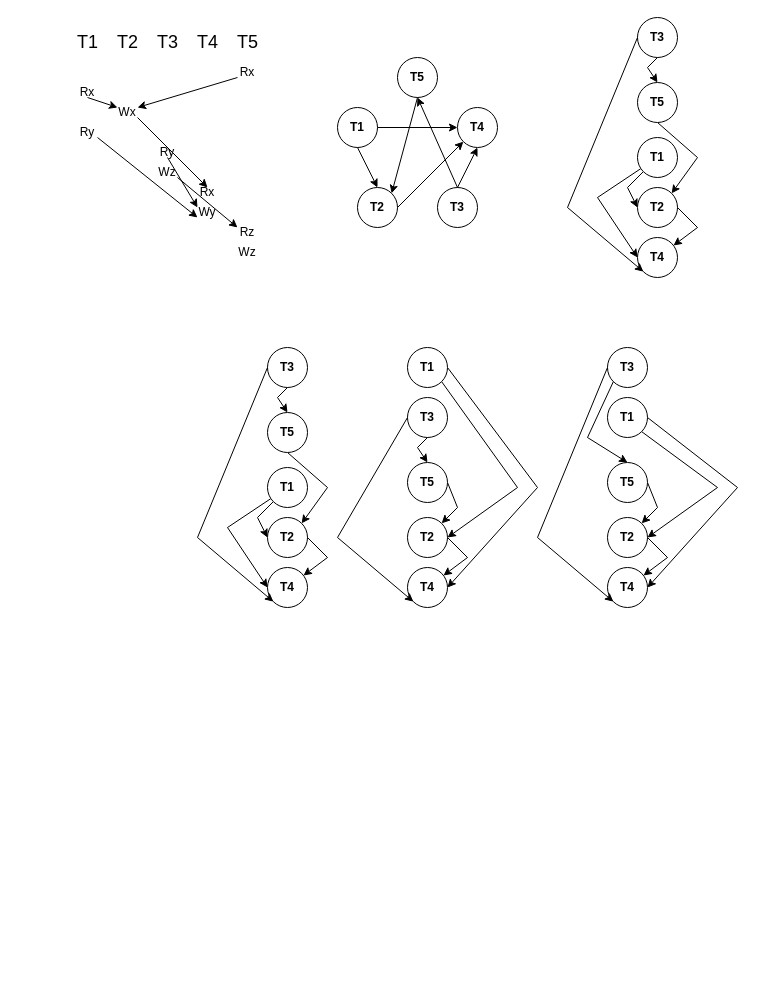
This is Homework6_Janis/serial_graph.drawio from us-ja/Data_Management, a draw.io file, before an edit. Source tidied: cells renumbered, new cells numbered last; positions are measured from the earlier drawing's top-left corner, leaving out a move shared by most shapes. Both pictures are drawn from the tidied source at 100%, with x=0, y=0 at pixel (17, 17).
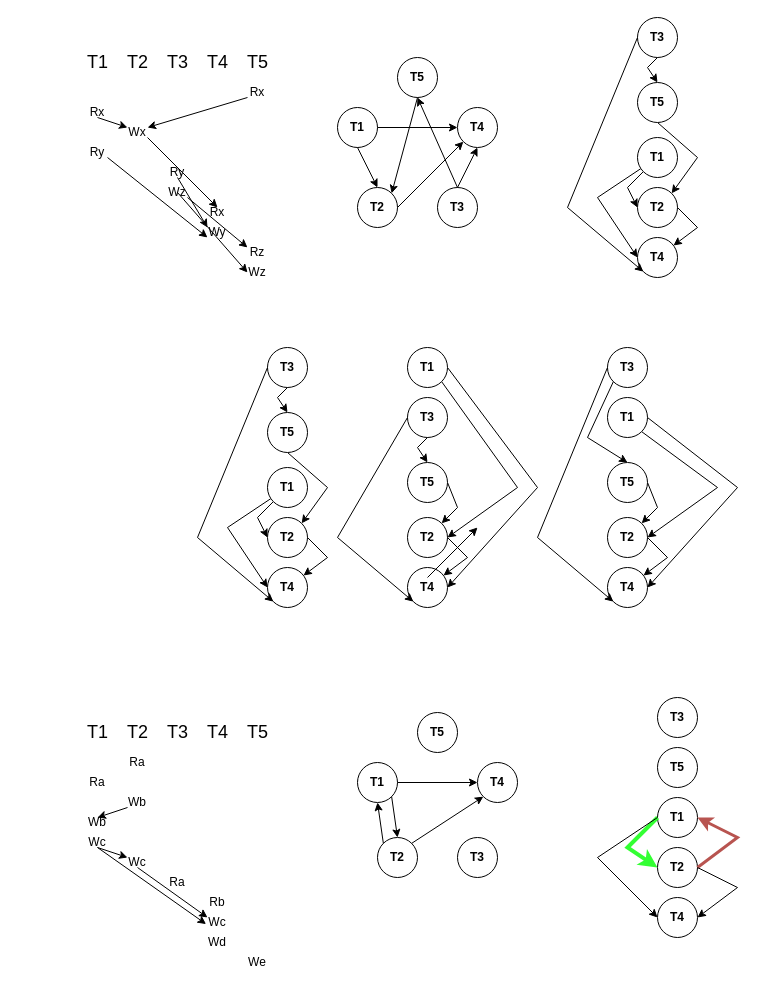
The same diagram, later.

Change to the diagram source:
```diff
@@
     <mxCell id="3" value="&lt;font style=&quot;font-size: 18px;&quot;&gt;T1&lt;span style=&quot;white-space: pre;&quot;&gt;&#9;&lt;/span&gt;T2&lt;span style=&quot;white-space: pre;&quot;&gt;&#9;&lt;/span&gt;T3&lt;span style=&quot;white-space: pre;&quot;&gt;&#9;&lt;/span&gt;T4&lt;span style=&quot;white-space: pre;&quot;&gt;&#9;&lt;/span&gt;T5&lt;span style=&quot;white-space: pre;&quot;&gt;&#9;&lt;/span&gt;&lt;/font&gt;" style="text;html=1;align=center;verticalAlign=middle;whiteSpace=wrap;rounded=0;" parent="1" vertex="1">
-      <mxGeometry y="10" width="320" height="30" as="geometry" />
+      <mxGeometry x="10" y="700" width="320" height="30" as="geometry" />
     </mxCell>
-    <mxCell id="4" value="Rx" style="text;html=1;align=center;verticalAlign=middle;whiteSpace=wrap;rounded=0;perimeterSpacing=0;fillColor=none;" parent="1" vertex="1">
-      <mxGeometry x="200" y="40" width="60" height="30" as="geometry" />
+    <mxCell id="4" value="Ra" style="text;html=1;align=center;verticalAlign=middle;whiteSpace=wrap;rounded=0;perimeterSpacing=0;fillColor=none;" parent="1" vertex="1">
+      <mxGeometry x="90" y="730" width="60" height="30" as="geometry" />
     </mxCell>
-    <mxCell id="5" value="Rx" style="text;html=1;align=center;verticalAlign=middle;whiteSpace=wrap;rounded=0;perimeterSpacing=0;fillColor=none;" parent="1" vertex="1">
-      <mxGeometry x="40" y="60" width="60" height="30" as="geometry" />
+    <mxCell id="5" value="Ra" style="text;html=1;align=center;verticalAlign=middle;whiteSpace=wrap;rounded=0;perimeterSpacing=0;fillColor=none;" parent="1" vertex="1">
+      <mxGeometry x="50" y="750" width="60" height="30" as="geometry" />
     </mxCell>
-    <mxCell id="6" value="Wx" style="text;html=1;align=center;verticalAlign=middle;whiteSpace=wrap;rounded=0;perimeterSpacing=0;fillColor=none;" parent="1" vertex="1">
-      <mxGeometry x="80" y="80" width="60" height="30" as="geometry" />
+    <mxCell id="6" value="Wb" style="text;html=1;align=center;verticalAlign=middle;whiteSpace=wrap;rounded=0;perimeterSpacing=0;fillColor=none;" parent="1" vertex="1">
+      <mxGeometry x="90" y="770" width="60" height="30" as="geometry" />
     </mxCell>
-    <mxCell id="7" value="Ry" style="text;html=1;align=center;verticalAlign=middle;whiteSpace=wrap;rounded=0;perimeterSpacing=0;fillColor=none;" parent="1" vertex="1">
-      <mxGeometry x="40" y="100" width="60" height="30" as="geometry" />
+    <mxCell id="7" value="Wb" style="text;html=1;align=center;verticalAlign=middle;whiteSpace=wrap;rounded=0;perimeterSpacing=0;fillColor=none;" parent="1" vertex="1">
+      <mxGeometry x="50" y="790" width="60" height="30" as="geometry" />
     </mxCell>
-    <mxCell id="8" value="Ry" style="text;html=1;align=center;verticalAlign=middle;whiteSpace=wrap;rounded=0;perimeterSpacing=0;fillColor=none;" parent="1" vertex="1">
-      <mxGeometry x="120" y="120" width="60" height="30" as="geometry" />
+    <mxCell id="8" value="Wc" style="text;html=1;align=center;verticalAlign=middle;whiteSpace=wrap;rounded=0;perimeterSpacing=0;fillColor=none;" parent="1" vertex="1">
+      <mxGeometry x="50" y="810" width="60" height="30" as="geometry" />
     </mxCell>
-    <mxCell id="9" value="Wz" style="text;html=1;align=center;verticalAlign=middle;whiteSpace=wrap;rounded=0;perimeterSpacing=0;fillColor=none;" parent="1" vertex="1">
-      <mxGeometry x="120" y="140" width="60" height="30" as="geometry" />
+    <mxCell id="9" value="Wc" style="text;html=1;align=center;verticalAlign=middle;whiteSpace=wrap;rounded=0;perimeterSpacing=0;fillColor=none;" parent="1" vertex="1">
+      <mxGeometry x="90" y="830" width="60" height="30" as="geometry" />
     </mxCell>
-    <mxCell id="10" value="Rx" style="text;html=1;align=center;verticalAlign=middle;whiteSpace=wrap;rounded=0;perimeterSpacing=0;fillColor=none;" parent="1" vertex="1">
-      <mxGeometry x="160" y="160" width="60" height="30" as="geometry" />
+    <mxCell id="10" value="Ra" style="text;html=1;align=center;verticalAlign=middle;whiteSpace=wrap;rounded=0;perimeterSpacing=0;fillColor=none;" parent="1" vertex="1">
+      <mxGeometry x="130" y="850" width="60" height="30" as="geometry" />
     </mxCell>
-    <mxCell id="11" value="Wy" style="text;html=1;align=center;verticalAlign=middle;whiteSpace=wrap;rounded=0;perimeterSpacing=0;fillColor=none;" parent="1" vertex="1">
-      <mxGeometry x="160" y="180" width="60" height="30" as="geometry" />
+    <mxCell id="11" value="Rb" style="text;html=1;align=center;verticalAlign=middle;whiteSpace=wrap;rounded=0;perimeterSpacing=0;fillColor=none;" parent="1" vertex="1">
+      <mxGeometry x="170" y="870" width="60" height="30" as="geometry" />
     </mxCell>
-    <mxCell id="12" value="Rz" style="text;html=1;align=center;verticalAlign=middle;whiteSpace=wrap;rounded=0;perimeterSpacing=0;fillColor=none;" parent="1" vertex="1">
-      <mxGeometry x="200" y="200" width="60" height="30" as="geometry" />
+    <mxCell id="12" value="Wc" style="text;html=1;align=center;verticalAlign=middle;whiteSpace=wrap;rounded=0;perimeterSpacing=0;fillColor=none;" parent="1" vertex="1">
+      <mxGeometry x="170" y="890" width="60" height="30" as="geometry" />
     </mxCell>
-    <mxCell id="13" value="Wz" style="text;html=1;align=center;verticalAlign=middle;whiteSpace=wrap;rounded=0;perimeterSpacing=0;fillColor=none;" parent="1" vertex="1">
-      <mxGeometry x="200" y="220" width="60" height="30" as="geometry" />
+    <mxCell id="13" value="Wd" style="text;html=1;align=center;verticalAlign=middle;whiteSpace=wrap;rounded=0;perimeterSpacing=0;fillColor=none;" parent="1" vertex="1">
+      <mxGeometry x="170" y="910" width="60" height="30" as="geometry" />
     </mxCell>
-    <mxCell id="14" style="endArrow=classic;html=1;rounded=0;entryX=0.333;entryY=0.333;entryDx=0;entryDy=0;entryPerimeter=0;" parent="1" edge="1" target="6">
-      <mxGeometry relative="1" as="geometry">
-        <mxPoint x="70" y="80" as="sourcePoint" />
-      </mxGeometry>
-    </mxCell>
-    <mxCell id="15" style="endArrow=classic;html=1;rounded=0;entryX=0.667;entryY=0.333;entryDx=0;entryDy=0;entryPerimeter=0;exitX=0.333;exitY=0.667;exitDx=0;exitDy=0;exitPerimeter=0;" parent="1" edge="1" source="4" target="6">
-      <mxGeometry relative="1" as="geometry" />
-    </mxCell>
-    <mxCell id="16" style="endArrow=classic;html=1;rounded=0;" parent="1" edge="1">
-      <mxGeometry relative="1" as="geometry">
-        <mxPoint x="120" y="100" as="sourcePoint" />
-        <mxPoint x="190" y="170" as="targetPoint" />
-      </mxGeometry>
-    </mxCell>
-    <mxCell id="17" style="endArrow=classic;html=1;rounded=0;exitX=0;exitY=0;exitDx=0;exitDy=0;entryX=0.333;entryY=0.333;entryDx=0;entryDy=0;entryPerimeter=0;" parent="1" edge="1" source="10" target="12">
-      <mxGeometry relative="1" as="geometry" />
-    </mxCell>
-    <mxCell id="18" style="endArrow=classic;html=1;rounded=0;exitX=0.667;exitY=0.667;exitDx=0;exitDy=0;exitPerimeter=0;endSize=6;entryX=0.333;entryY=0.667;entryDx=0;entryDy=0;entryPerimeter=0;" parent="1" edge="1" source="7" target="11">
-      <mxGeometry relative="1" as="geometry" />
-    </mxCell>
-    <mxCell id="19" style="endArrow=classic;html=1;rounded=0;" parent="1" edge="1">
-      <mxGeometry relative="1" as="geometry">
-        <mxPoint x="150" y="140" as="sourcePoint" />
-        <mxPoint x="180" y="190" as="targetPoint" />
-      </mxGeometry>
-    </mxCell>
@@
+    <mxCell id="74" value="&lt;b&gt;T4&lt;/b&gt;" style="ellipse;whiteSpace=wrap;html=1;" parent="1" vertex="1">
+      <mxGeometry x="460" y="745" width="40" height="40" as="geometry" />
+    </mxCell>
+    <mxCell id="75" value="&lt;font style=&quot;font-size: 18px;&quot;&gt;T1&lt;span style=&quot;white-space: pre;&quot;&gt;&#9;&lt;/span&gt;T2&lt;span style=&quot;white-space: pre;&quot;&gt;&#9;&lt;/span&gt;T3&lt;span style=&quot;white-space: pre;&quot;&gt;&#9;&lt;/span&gt;T4&lt;span style=&quot;white-space: pre;&quot;&gt;&#9;&lt;/span&gt;T5&lt;span style=&quot;white-space: pre;&quot;&gt;&#9;&lt;/span&gt;&lt;/font&gt;" style="text;html=1;align=center;verticalAlign=middle;whiteSpace=wrap;rounded=0;" parent="1" vertex="1">
+      <mxGeometry x="10" y="30" width="320" height="30" as="geometry" />
+    </mxCell>
+    <mxCell id="76" value="Rx" style="text;html=1;align=center;verticalAlign=middle;whiteSpace=wrap;rounded=0;perimeterSpacing=0;fillColor=none;" parent="1" vertex="1">
+      <mxGeometry x="210" y="60" width="60" height="30" as="geometry" />
+    </mxCell>
+    <mxCell id="77" value="Rx" style="text;html=1;align=center;verticalAlign=middle;whiteSpace=wrap;rounded=0;perimeterSpacing=0;fillColor=none;" parent="1" vertex="1">
+      <mxGeometry x="50" y="80" width="60" height="30" as="geometry" />
+    </mxCell>
+    <mxCell id="78" value="Wx" style="text;html=1;align=center;verticalAlign=middle;whiteSpace=wrap;rounded=0;perimeterSpacing=0;fillColor=none;" parent="1" vertex="1">
+      <mxGeometry x="90" y="100" width="60" height="30" as="geometry" />
+    </mxCell>
+    <mxCell id="79" value="Ry" style="text;html=1;align=center;verticalAlign=middle;whiteSpace=wrap;rounded=0;perimeterSpacing=0;fillColor=none;" parent="1" vertex="1">
+      <mxGeometry x="50" y="120" width="60" height="30" as="geometry" />
+    </mxCell>
+    <mxCell id="80" value="Ry" style="text;html=1;align=center;verticalAlign=middle;whiteSpace=wrap;rounded=0;perimeterSpacing=0;fillColor=none;" parent="1" vertex="1">
+      <mxGeometry x="130" y="140" width="60" height="30" as="geometry" />
+    </mxCell>
+    <mxCell id="81" value="Wz" style="text;html=1;align=center;verticalAlign=middle;whiteSpace=wrap;rounded=0;perimeterSpacing=0;fillColor=none;" parent="1" vertex="1">
+      <mxGeometry x="130" y="160" width="60" height="30" as="geometry" />
+    </mxCell>
+    <mxCell id="82" value="Rx" style="text;html=1;align=center;verticalAlign=middle;whiteSpace=wrap;rounded=0;perimeterSpacing=0;fillColor=none;" parent="1" vertex="1">
+      <mxGeometry x="170" y="180" width="60" height="30" as="geometry" />
+    </mxCell>
+    <mxCell id="83" value="Wy" style="text;html=1;align=center;verticalAlign=middle;whiteSpace=wrap;rounded=0;perimeterSpacing=0;fillColor=none;" parent="1" vertex="1">
+      <mxGeometry x="170" y="200" width="60" height="30" as="geometry" />
+    </mxCell>
+    <mxCell id="84" value="Rz" style="text;html=1;align=center;verticalAlign=middle;whiteSpace=wrap;rounded=0;perimeterSpacing=0;fillColor=none;" parent="1" vertex="1">
+      <mxGeometry x="210" y="220" width="60" height="30" as="geometry" />
+    </mxCell>
+    <mxCell id="85" value="Wz" style="text;html=1;align=center;verticalAlign=middle;whiteSpace=wrap;rounded=0;perimeterSpacing=0;fillColor=none;" parent="1" vertex="1">
+      <mxGeometry x="210" y="240" width="60" height="30" as="geometry" />
+    </mxCell>
+    <mxCell id="86" style="endArrow=classic;html=1;rounded=0;entryX=0.333;entryY=0.333;entryDx=0;entryDy=0;entryPerimeter=0;" parent="1" edge="1" target="78">
+      <mxGeometry relative="1" as="geometry">
+        <mxPoint x="80" y="100" as="sourcePoint" />
+      </mxGeometry>
+    </mxCell>
+    <mxCell id="87" style="endArrow=classic;html=1;rounded=0;entryX=0.667;entryY=0.333;entryDx=0;entryDy=0;entryPerimeter=0;exitX=0.333;exitY=0.667;exitDx=0;exitDy=0;exitPerimeter=0;" parent="1" edge="1" source="76" target="78">
+      <mxGeometry relative="1" as="geometry" />
+    </mxCell>
+    <mxCell id="88" style="endArrow=classic;html=1;rounded=0;" parent="1" edge="1">
+      <mxGeometry relative="1" as="geometry">
+        <mxPoint x="130" y="120" as="sourcePoint" />
+        <mxPoint x="200" y="190" as="targetPoint" />
+      </mxGeometry>
+    </mxCell>
+    <mxCell id="89" style="endArrow=classic;html=1;rounded=0;exitX=0;exitY=0;exitDx=0;exitDy=0;entryX=0.333;entryY=0.333;entryDx=0;entryDy=0;entryPerimeter=0;" parent="1" edge="1" source="82" target="84">
+      <mxGeometry relative="1" as="geometry" />
+    </mxCell>
+    <mxCell id="90" style="endArrow=classic;html=1;rounded=0;exitX=0.667;exitY=0.667;exitDx=0;exitDy=0;exitPerimeter=0;endSize=6;entryX=0.333;entryY=0.667;entryDx=0;entryDy=0;entryPerimeter=0;" parent="1" edge="1" source="79" target="83">
+      <mxGeometry relative="1" as="geometry" />
+    </mxCell>
+    <mxCell id="91" style="endArrow=classic;html=1;rounded=0;" parent="1" edge="1">
+      <mxGeometry relative="1" as="geometry">
+        <mxPoint x="160" y="160" as="sourcePoint" />
+        <mxPoint x="190" y="210" as="targetPoint" />
+      </mxGeometry>
+    </mxCell>
+    <mxCell id="92" value="&lt;b&gt;T2&lt;/b&gt;" style="ellipse;whiteSpace=wrap;html=1;" parent="1" vertex="1">
+      <mxGeometry x="360" y="820" width="40" height="40" as="geometry" />
+    </mxCell>
+    <mxCell id="93" value="&lt;b&gt;T3&lt;/b&gt;" style="ellipse;whiteSpace=wrap;html=1;" parent="1" vertex="1">
+      <mxGeometry x="440" y="820" width="40" height="40" as="geometry" />
+    </mxCell>
+    <mxCell id="94" value="&lt;b&gt;T1&lt;/b&gt;" style="ellipse;whiteSpace=wrap;html=1;" parent="1" vertex="1">
+      <mxGeometry x="340" y="745" width="40" height="40" as="geometry" />
+    </mxCell>
+    <mxCell id="95" value="&lt;b&gt;T5&lt;/b&gt;" style="ellipse;whiteSpace=wrap;html=1;" parent="1" vertex="1">
+      <mxGeometry x="400" y="695" width="40" height="40" as="geometry" />
+    </mxCell>
+    <mxCell id="96" value="&lt;b&gt;T4&lt;/b&gt;" style="ellipse;whiteSpace=wrap;html=1;" parent="1" vertex="1">
+      <mxGeometry x="640" y="880" width="40" height="40" as="geometry" />
+    </mxCell>
+    <mxCell id="97" value="&lt;b&gt;T2&lt;/b&gt;" style="ellipse;whiteSpace=wrap;html=1;" parent="1" vertex="1">
+      <mxGeometry x="640" y="830" width="40" height="40" as="geometry" />
+    </mxCell>
+    <mxCell id="98" value="&lt;b&gt;T3&lt;/b&gt;" style="ellipse;whiteSpace=wrap;html=1;" parent="1" vertex="1">
+      <mxGeometry x="640" y="680" width="40" height="40" as="geometry" />
+    </mxCell>
+    <mxCell id="99" value="&lt;b&gt;T5&lt;/b&gt;" style="ellipse;whiteSpace=wrap;html=1;" parent="1" vertex="1">
+      <mxGeometry x="640" y="730" width="40" height="40" as="geometry" />
+    </mxCell>
+    <mxCell id="100" value="&lt;b&gt;T1&lt;/b&gt;" style="ellipse;whiteSpace=wrap;html=1;" parent="1" vertex="1">
+      <mxGeometry x="640" y="780" width="40" height="40" as="geometry" />
+    </mxCell>
+    <mxCell id="101" value="We" style="text;html=1;align=center;verticalAlign=middle;whiteSpace=wrap;rounded=0;perimeterSpacing=0;fillColor=none;" parent="1" vertex="1">
+      <mxGeometry x="210" y="930" width="60" height="30" as="geometry" />
+    </mxCell>
+    <mxCell id="102" style="endArrow=classic;html=1;rounded=0;" parent="1" edge="1">
+      <mxGeometry relative="1" as="geometry">
+        <mxPoint x="80" y="830" as="sourcePoint" />
+        <mxPoint x="110" y="840" as="targetPoint" />
+      </mxGeometry>
+    </mxCell>
+    <mxCell id="103" style="endArrow=classic;html=1;rounded=0;" parent="1" edge="1">
+      <mxGeometry relative="1" as="geometry">
+        <mxPoint x="110" y="790" as="sourcePoint" />
+        <mxPoint x="80" y="800" as="targetPoint" />
+      </mxGeometry>
+    </mxCell>
+    <mxCell id="104" style="endArrow=classic;html=1;rounded=0;" parent="1" edge="1">
+      <mxGeometry relative="1" as="geometry">
+        <mxPoint x="120" y="850" as="sourcePoint" />
+        <mxPoint x="190" y="900" as="targetPoint" />
+      </mxGeometry>
+    </mxCell>
+    <mxCell id="105" style="endArrow=classic;html=1;rounded=0;entryX=0.309;entryY=-0.115;entryDx=0;entryDy=0;entryPerimeter=0;" parent="1" edge="1" target="13">
+      <mxGeometry relative="1" as="geometry">
+        <mxPoint x="80" y="830" as="sourcePoint" />
+      </mxGeometry>
+    </mxCell>
+    <mxCell id="106" style="endArrow=classic;html=1;rounded=0;entryX=0.5;entryY=1;entryDx=0;entryDy=0;exitX=0;exitY=0;exitDx=0;exitDy=0;" parent="1" edge="1" source="92" target="94">
+      <mxGeometry relative="1" as="geometry" />
+    </mxCell>
+    <mxCell id="107" style="endArrow=classic;html=1;rounded=0;entryX=0.5;entryY=0;entryDx=0;entryDy=0;exitX=1;exitY=1;exitDx=0;exitDy=0;" parent="1" edge="1" source="94" target="92">
+      <mxGeometry relative="1" as="geometry" />
+    </mxCell>
+    <mxCell id="108" style="endArrow=classic;html=1;rounded=0;exitX=1;exitY=0.5;exitDx=0;exitDy=0;entryX=0;entryY=0.5;entryDx=0;entryDy=0;" parent="1" edge="1" source="94" target="74">
+      <mxGeometry relative="1" as="geometry" />
+    </mxCell>
+    <mxCell id="109" style="endArrow=classic;html=1;rounded=0;" parent="1" edge="1">
+      <mxGeometry relative="1" as="geometry">
+        <mxPoint x="410" y="560" as="sourcePoint" />
+        <mxPoint x="460" y="510" as="targetPoint" />
+      </mxGeometry>
+    </mxCell>
+    <mxCell id="110" style="endArrow=classic;html=1;rounded=0;exitX=1;exitY=0;exitDx=0;exitDy=0;entryX=0;entryY=1;entryDx=0;entryDy=0;" parent="1" edge="1" source="92" target="74">
+      <mxGeometry relative="1" as="geometry" />
+    </mxCell>
+    <mxCell id="111" style="endArrow=classic;html=1;rounded=0;entryX=0;entryY=0.5;entryDx=0;entryDy=0;exitX=0;exitY=0.5;exitDx=0;exitDy=0;strokeColor=#33FF33;strokeWidth=4;" parent="1" edge="1" source="100" target="97">
+      <mxGeometry relative="1" as="geometry">
+        <Array as="points">
+          <mxPoint x="610" y="830" />
+        </Array>
+      </mxGeometry>
+    </mxCell>
+    <mxCell id="112" style="endArrow=classic;html=1;rounded=0;entryX=1;entryY=0.5;entryDx=0;entryDy=0;exitX=1;exitY=0.5;exitDx=0;exitDy=0;fillColor=#f8cecc;strokeColor=#b85450;strokeWidth=3;" parent="1" edge="1" source="97" target="100">
+      <mxGeometry relative="1" as="geometry">
+        <Array as="points">
+          <mxPoint x="720" y="820" />
+        </Array>
+      </mxGeometry>
+    </mxCell>
+    <mxCell id="113" style="endArrow=classic;html=1;rounded=0;entryX=0;entryY=0.5;entryDx=0;entryDy=0;exitX=0;exitY=0.5;exitDx=0;exitDy=0;" parent="1" edge="1" source="100" target="96">
+      <mxGeometry relative="1" as="geometry">
+        <Array as="points">
+          <mxPoint x="580" y="840" />
+        </Array>
+      </mxGeometry>
+    </mxCell>
+    <mxCell id="114" style="endArrow=classic;html=1;rounded=0;entryX=1;entryY=0.5;entryDx=0;entryDy=0;exitX=1;exitY=0.5;exitDx=0;exitDy=0;" parent="1" edge="1" source="97" target="96">
+      <mxGeometry relative="1" as="geometry">
+        <Array as="points">
+          <mxPoint x="720" y="870" />
+        </Array>
+      </mxGeometry>
+    </mxCell>
+    <mxCell id="115" style="endArrow=classic;html=1;rounded=0;" parent="1" edge="1">
+      <mxGeometry relative="1" as="geometry">
+        <mxPoint x="160" y="175" as="sourcePoint" />
+        <mxPoint x="230" y="255" as="targetPoint" />
+      </mxGeometry>
+    </mxCell>
```
